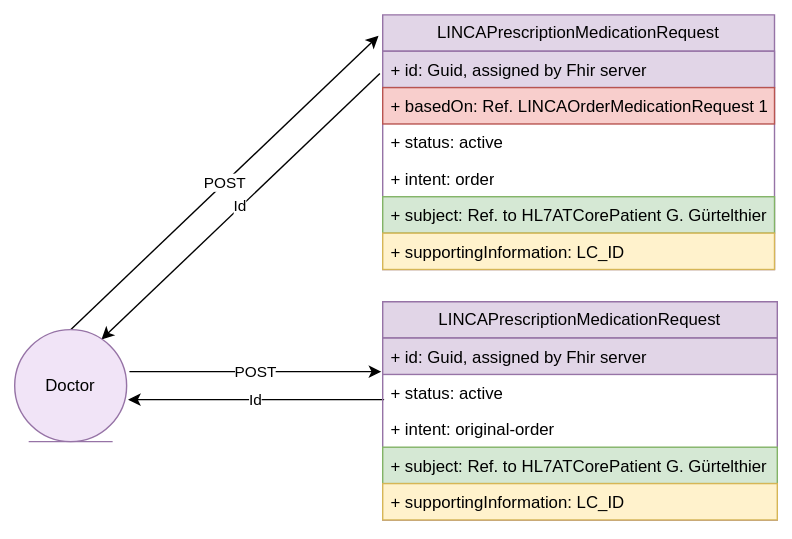
The draw.io diagram r5-LinkedCare-dev/UserStory_013_diagram.svg in HL7Austria/hl7austria.github.io, before a commit. Source tidied: cells renumbered, new cells last; positions are measured from the earlier drawing's top-left corner, leaving out a move shared by most shapes.
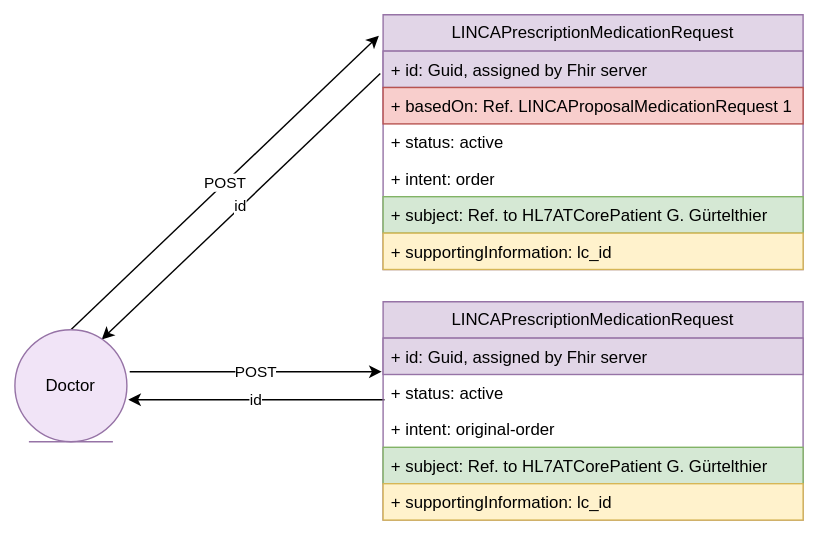
Later version of the same file.

The edit, as a diff of the source:
```diff
@@ -9,49 +9,49 @@
       </mxGeometry>
     </mxCell>
     <mxCell id="3" value="LINCAPrescriptionMedicationRequest" style="swimlane;fontStyle=0;horizontal=1;startSize=26;fillColor=#e1d5e7;whiteSpace=wrap;html=1;strokeColor=#9673a6;" parent="1" vertex="1">
-      <mxGeometry x="263" width="280" height="182" as="geometry" />
+      <mxGeometry x="263" width="300" height="182" as="geometry" />
     </mxCell>
     <mxCell id="4" value="+ id: Guid, assigned by Fhir server" style="text;strokeColor=#9673a6;fillColor=#e1d5e7;align=left;verticalAlign=top;spacingLeft=4;spacingRight=4;overflow=hidden;whiteSpace=wrap;html=1;" parent="3" vertex="1">
-      <mxGeometry y="26" width="280" height="26" as="geometry" />
+      <mxGeometry y="26" width="300" height="26" as="geometry" />
     </mxCell>
-    <mxCell id="5" value="+ basedOn: Ref. LINCAOrderMedicationRequest 1" style="text;strokeColor=#b85450;fillColor=#f8cecc;align=left;verticalAlign=top;spacingLeft=4;spacingRight=4;overflow=hidden;whiteSpace=wrap;html=1;" parent="3" vertex="1">
-      <mxGeometry y="52" width="280" height="26" as="geometry" />
+    <mxCell id="5" value="+ basedOn: Ref. LINCAProposalMedicationRequest 1" style="text;strokeColor=#b85450;fillColor=#f8cecc;align=left;verticalAlign=top;spacingLeft=4;spacingRight=4;overflow=hidden;whiteSpace=wrap;html=1;" parent="3" vertex="1">
+      <mxGeometry y="52" width="300" height="26" as="geometry" />
     </mxCell>
     <mxCell id="6" value="+ status: active" style="text;align=left;verticalAlign=top;spacingLeft=4;spacingRight=4;overflow=hidden;whiteSpace=wrap;html=1;" parent="3" vertex="1">
-      <mxGeometry y="78" width="280" height="26" as="geometry" />
+      <mxGeometry y="78" width="300" height="26" as="geometry" />
     </mxCell>
     <mxCell id="7" value="+ intent: order" style="text;align=left;verticalAlign=top;spacingLeft=4;spacingRight=4;overflow=hidden;whiteSpace=wrap;html=1;" parent="3" vertex="1">
-      <mxGeometry y="104" width="280" height="26" as="geometry" />
+      <mxGeometry y="104" width="300" height="26" as="geometry" />
     </mxCell>
     <mxCell id="8" value="+ subject: Ref. to HL7ATCorePatient G. Gürtelthier" style="text;strokeColor=#82b366;fillColor=#d5e8d4;align=left;verticalAlign=top;spacingLeft=4;spacingRight=4;overflow=hidden;whiteSpace=wrap;html=1;" parent="3" vertex="1">
-      <mxGeometry y="130" width="280" height="26" as="geometry" />
+      <mxGeometry y="130" width="300" height="26" as="geometry" />
     </mxCell>
-    <mxCell id="9" value="+ supportingInformation: LC_ID" style="text;align=left;verticalAlign=top;spacingLeft=4;spacingRight=4;overflow=hidden;whiteSpace=wrap;html=1;fillColor=#fff2cc;strokeColor=#d6b656;" parent="3" vertex="1">
-      <mxGeometry y="156" width="280" height="26" as="geometry" />
+    <mxCell id="9" value="+ supportingInformation: lc_id" style="text;align=left;verticalAlign=top;spacingLeft=4;spacingRight=4;overflow=hidden;whiteSpace=wrap;html=1;fillColor=#fff2cc;strokeColor=#d6b656;" parent="3" vertex="1">
+      <mxGeometry y="156" width="300" height="26" as="geometry" />
     </mxCell>
-    <mxCell id="10" value="Id" style="endArrow=classic;html=1;rounded=0;exitX=0;exitY=0.5;exitDx=0;exitDy=0;" parent="1" edge="1">
+    <mxCell id="10" value="id" style="endArrow=classic;html=1;rounded=0;exitX=0;exitY=0.5;exitDx=0;exitDy=0;" parent="1" edge="1">
       <mxGeometry relative="1" as="geometry">
         <mxPoint x="264" y="275" as="sourcePoint" />
         <mxPoint x="81" y="275" as="targetPoint" />
       </mxGeometry>
     </mxCell>
     <mxCell id="11" value="LINCAPrescriptionMedicationRequest" style="swimlane;fontStyle=0;horizontal=1;startSize=26;fillColor=#e1d5e7;whiteSpace=wrap;html=1;strokeColor=#9673a6;" parent="1" vertex="1">
-      <mxGeometry x="263" y="205" width="282" height="156" as="geometry" />
+      <mxGeometry x="263" y="205" width="300" height="156" as="geometry" />
     </mxCell>
     <mxCell id="12" value="+ id: Guid, assigned by Fhir server" style="text;strokeColor=#9673a6;fillColor=#e1d5e7;align=left;verticalAlign=top;spacingLeft=4;spacingRight=4;overflow=hidden;whiteSpace=wrap;html=1;" parent="11" vertex="1">
-      <mxGeometry y="26" width="282" height="26" as="geometry" />
+      <mxGeometry y="26" width="300" height="26" as="geometry" />
     </mxCell>
     <mxCell id="13" value="+ status: active" style="text;align=left;verticalAlign=top;spacingLeft=4;spacingRight=4;overflow=hidden;whiteSpace=wrap;html=1;" parent="11" vertex="1">
-      <mxGeometry y="52" width="282" height="26" as="geometry" />
+      <mxGeometry y="52" width="300" height="26" as="geometry" />
     </mxCell>
     <mxCell id="14" value="+ intent: original-order" style="text;align=left;verticalAlign=top;spacingLeft=4;spacingRight=4;overflow=hidden;whiteSpace=wrap;html=1;" parent="11" vertex="1">
-      <mxGeometry y="78" width="282" height="26" as="geometry" />
+      <mxGeometry y="78" width="300" height="26" as="geometry" />
     </mxCell>
     <mxCell id="15" value="+ subject: Ref. to HL7ATCorePatient G. Gürtelthier" style="text;strokeColor=#82b366;fillColor=#d5e8d4;align=left;verticalAlign=top;spacingLeft=4;spacingRight=4;overflow=hidden;whiteSpace=wrap;html=1;" parent="11" vertex="1">
-      <mxGeometry y="104" width="282" height="26" as="geometry" />
+      <mxGeometry y="104" width="300" height="26" as="geometry" />
     </mxCell>
-    <mxCell id="16" value="+ supportingInformation: LC_ID" style="text;align=left;verticalAlign=top;spacingLeft=4;spacingRight=4;overflow=hidden;whiteSpace=wrap;html=1;fillColor=#fff2cc;strokeColor=#d6b656;" parent="11" vertex="1">
-      <mxGeometry y="130" width="282" height="26" as="geometry" />
+    <mxCell id="16" value="+ supportingInformation: lc_id" style="text;align=left;verticalAlign=top;spacingLeft=4;spacingRight=4;overflow=hidden;whiteSpace=wrap;html=1;fillColor=#fff2cc;strokeColor=#d6b656;" parent="11" vertex="1">
+      <mxGeometry y="130" width="300" height="26" as="geometry" />
     </mxCell>
     <mxCell id="17" value="POST" style="endArrow=classic;html=1;rounded=0;" parent="1" edge="1">
       <mxGeometry relative="1" as="geometry">
@@ -59,7 +59,7 @@
         <mxPoint x="260" y="15" as="targetPoint" />
       </mxGeometry>
     </mxCell>
-    <mxCell id="18" value="Id" style="endArrow=classic;html=1;rounded=0;" parent="1" edge="1">
+    <mxCell id="18" value="id" style="endArrow=classic;html=1;rounded=0;" parent="1" edge="1">
       <mxGeometry relative="1" as="geometry">
         <mxPoint x="261" y="42" as="sourcePoint" />
         <mxPoint x="62" y="232" as="targetPoint" />
```
